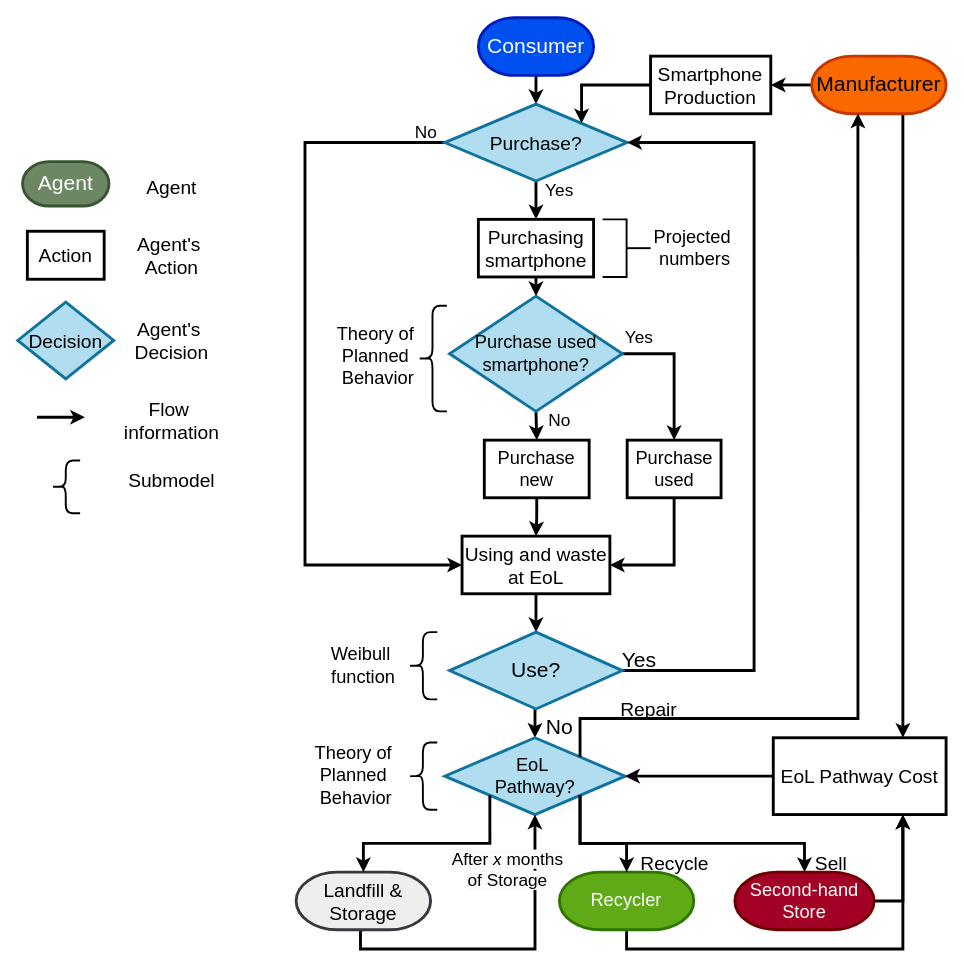
The draw.io diagram supplementary/consumer_decision_tree.drawio in jungletada/ABMSF, before the edit. Source tidied: cells renumbered, new cells numbered last; positions are measured from the earlier drawing's top-left corner, leaving out a move shared by most shapes. Both pictures are drawn from the tidied source at 96%, with x=0, y=0 at pixel (17, 17).
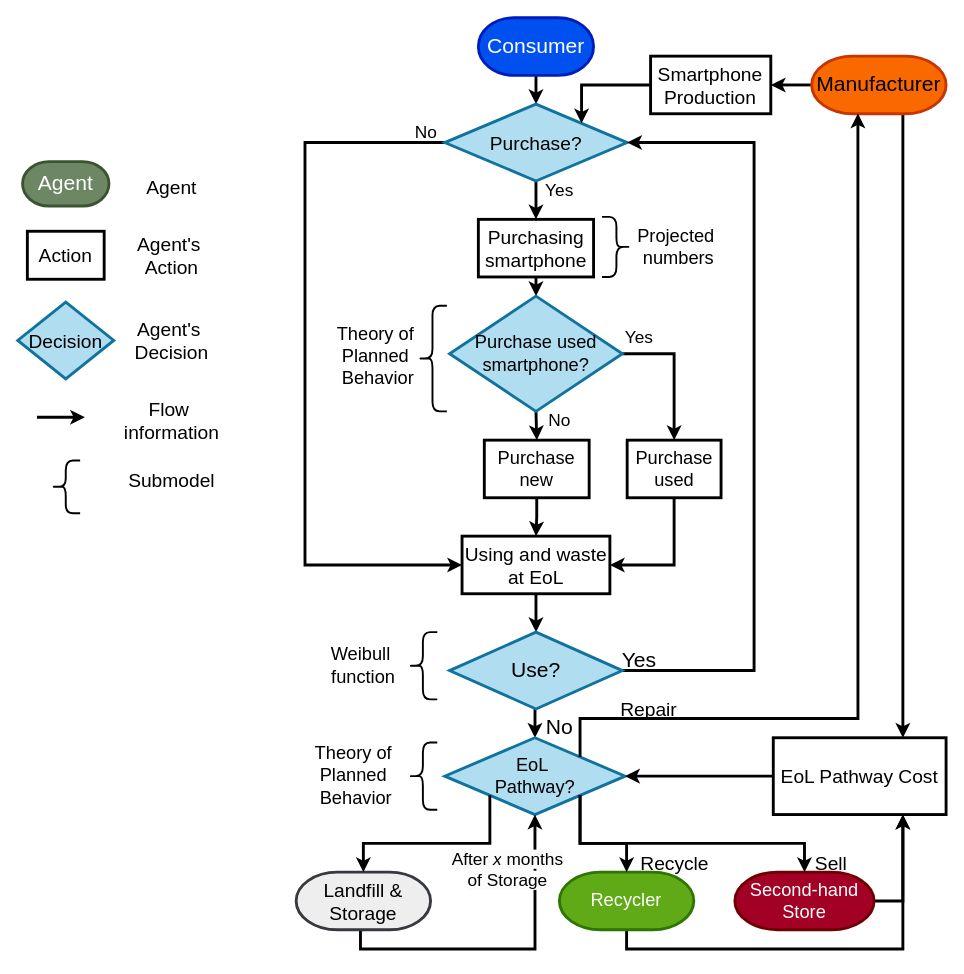
After the change.

Diff of the diagram source:
```diff
@@
-    <mxCell id="23" style="strokeWidth=2;html=1;shape=mxgraph.flowchart.annotation_2;align=left;labelPosition=right;rotation=-180;" parent="1" vertex="1">
-      <mxGeometry x="609.2" y="210" width="50" height="60" as="geometry" />
-    </mxCell>
     <mxCell id="24" value="&lt;font style=&quot;font-size: 19px;&quot;&gt;Projected&amp;nbsp;&lt;/font&gt;&lt;div style=&quot;font-size: 19px;&quot;&gt;&lt;font style=&quot;font-size: 19px;&quot;&gt;numbers&lt;/font&gt;&lt;/div&gt;" style="text;html=1;align=center;verticalAlign=middle;strokeColor=none;fillColor=none;" parent="1" vertex="1">
-      <mxGeometry x="649.5" y="210" width="110" height="60" as="geometry" />
+      <mxGeometry x="632.6" y="208.7" width="110" height="60" as="geometry" />
     </mxCell>
@@
+    <mxCell id="67" style="shape=curlyBracket;whiteSpace=wrap;html=1;rounded=1;labelPosition=left;verticalLabelPosition=middle;align=right;verticalAlign=middle;size=0.5;strokeWidth=2;rotation=-180;" parent="1" vertex="1">
+      <mxGeometry x="608.6" y="207.4" width="30" height="62.6" as="geometry" />
+    </mxCell>
```
